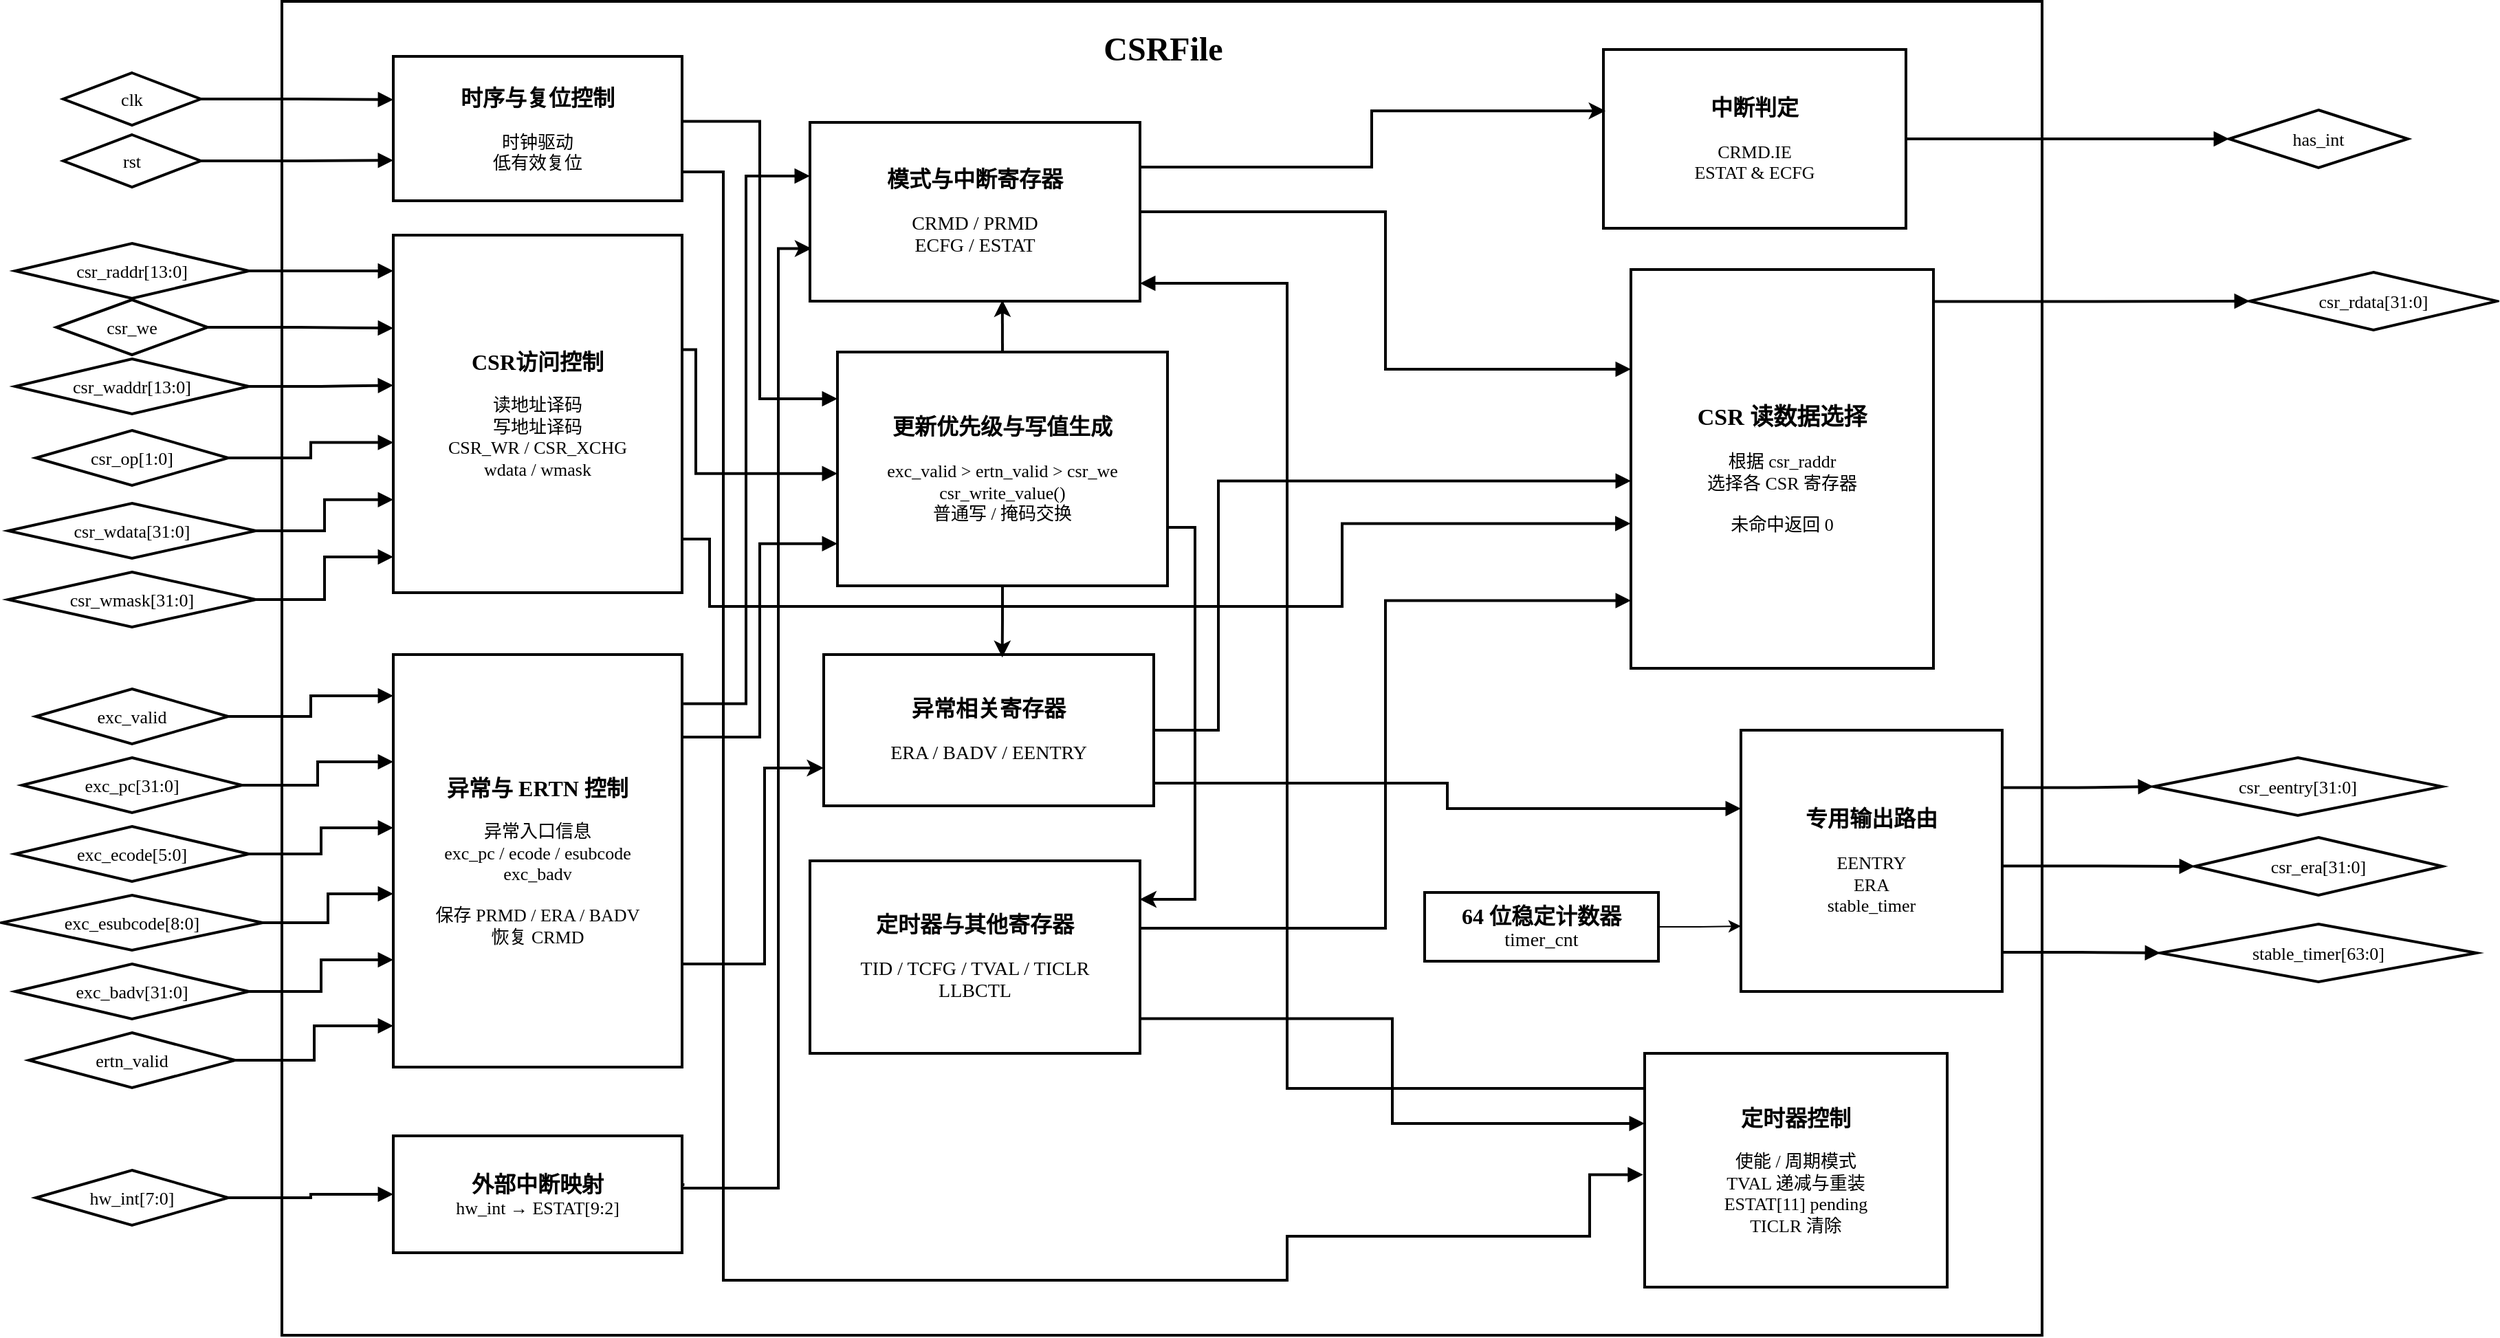
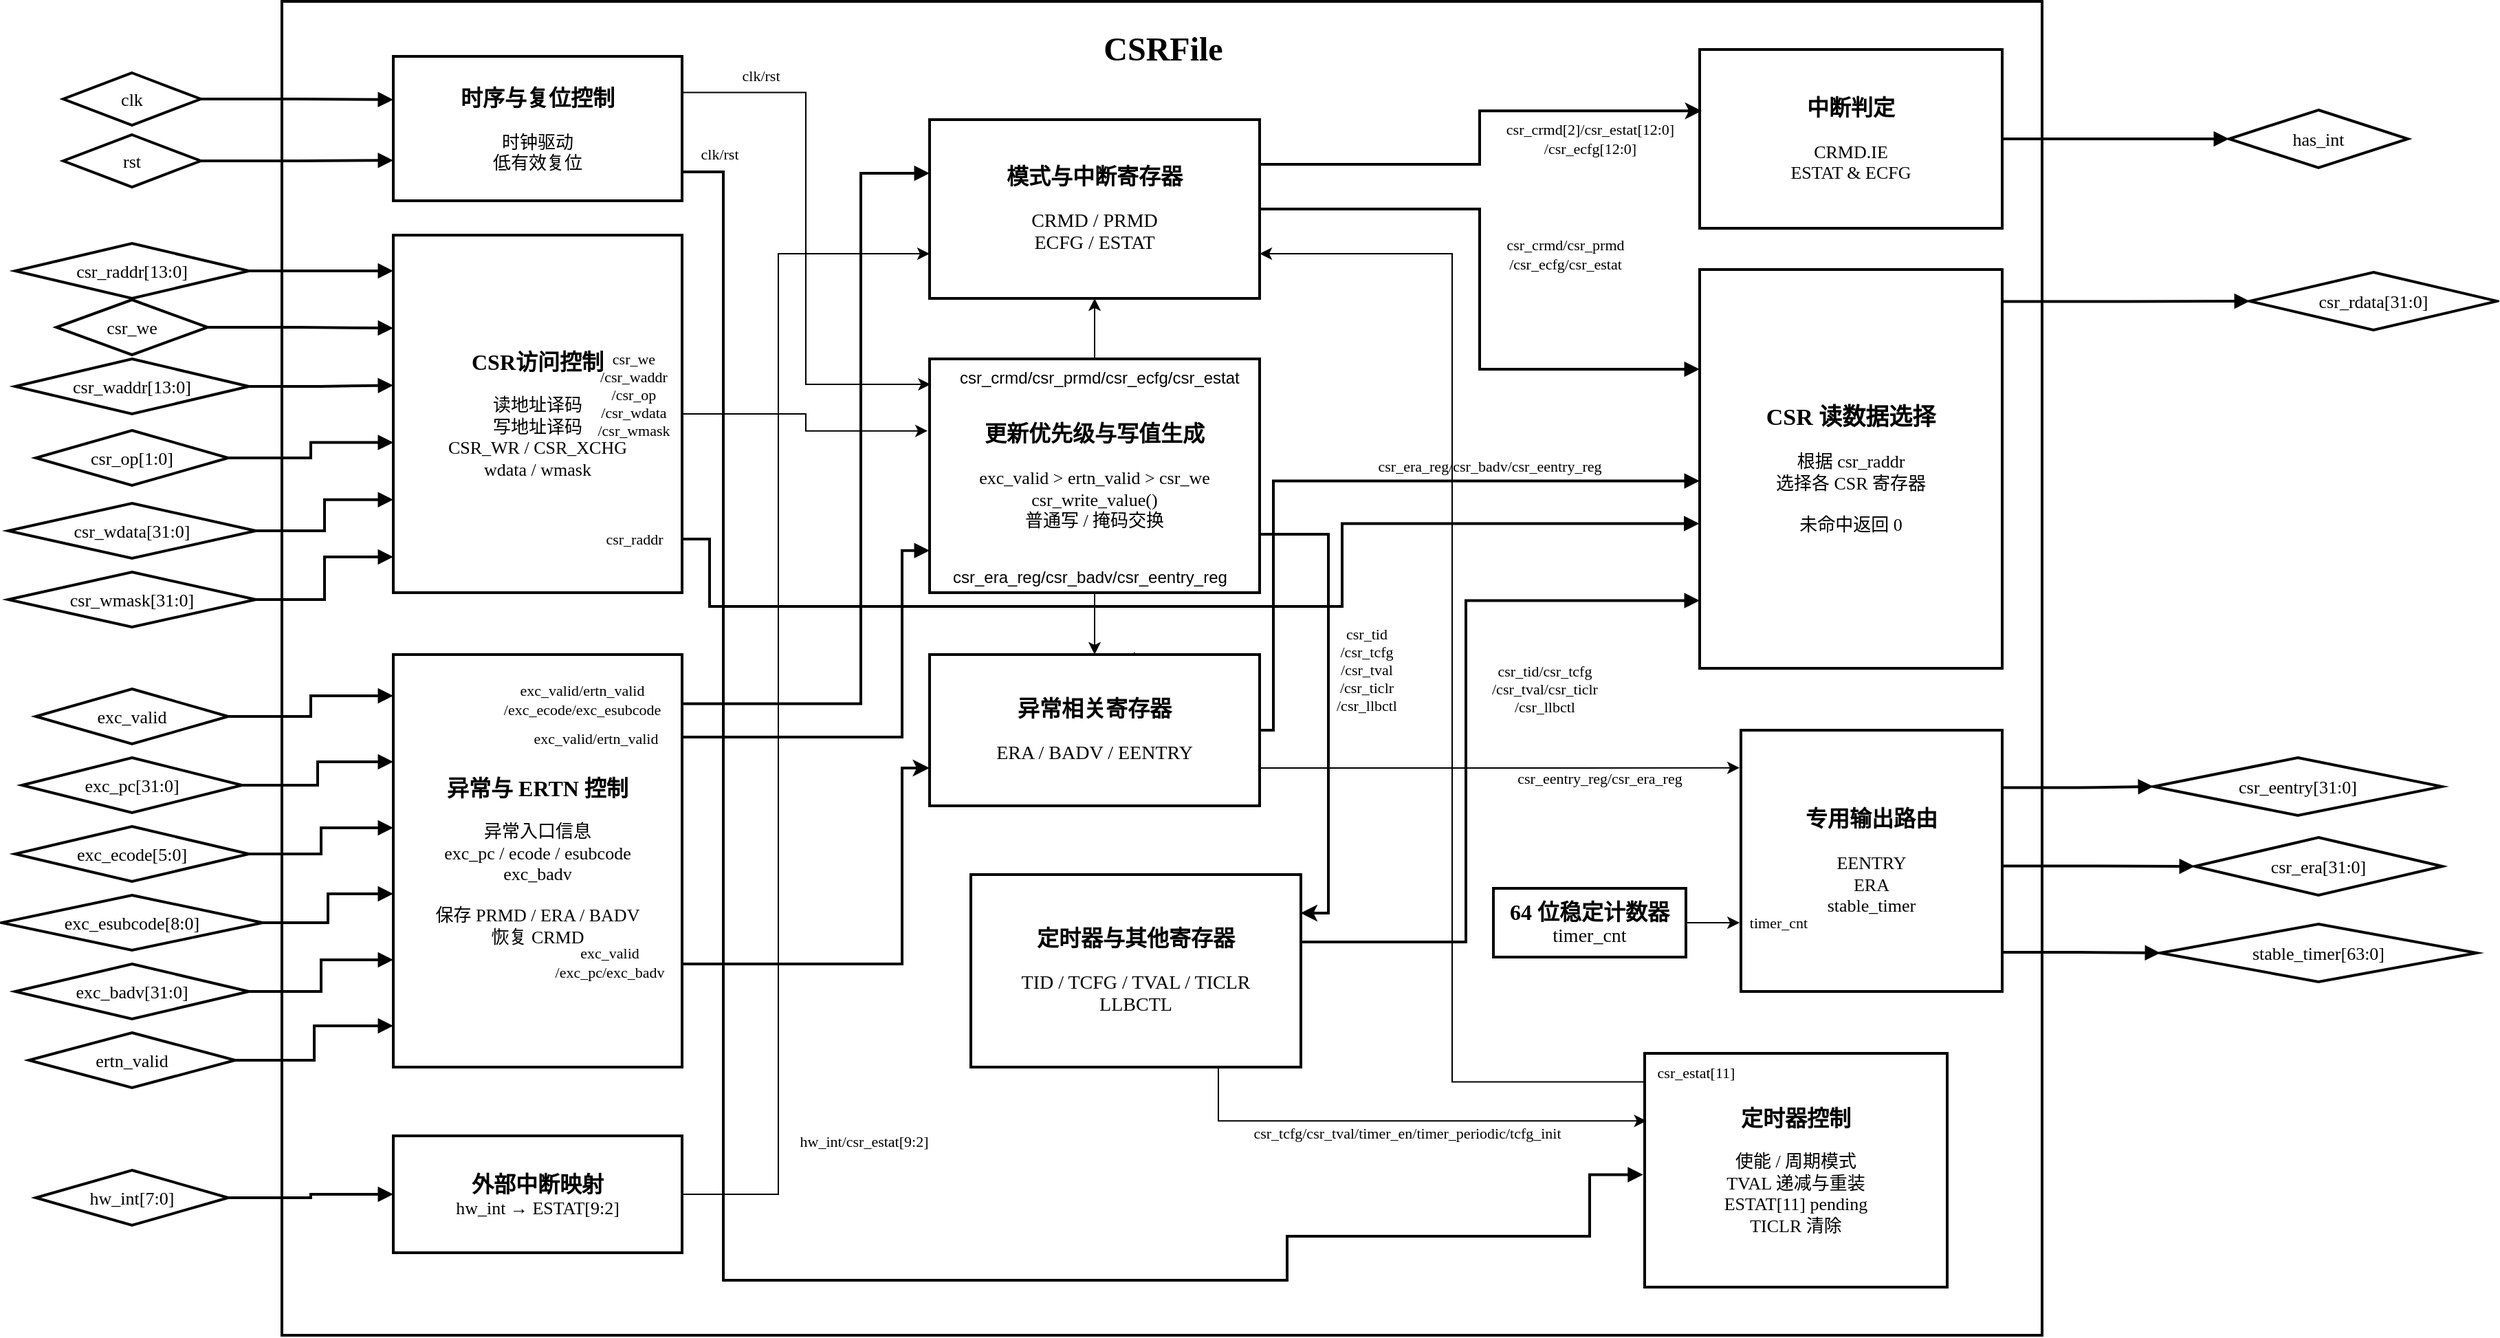
<mxfile host="Electron" agent="ChatGPT">
  <diagram id="csrfile-diagram" name="CSRFile结构图">
    <mxGraphModel dx="2054" dy="1202" grid="1" gridSize="10" guides="1" tooltips="1" connect="1" arrows="1" fold="1" page="1" pageScale="1" pageWidth="1760" pageHeight="1080" math="0" shadow="0">
      <root>
        <mxCell id="0" />
        <mxCell id="1" parent="0" />
-         <mxCell id="outer" parent="1" style="rounded=0;whiteSpace=wrap;html=1;fillColor=none;strokeColor=#000000;strokeWidth=2;" value="" vertex="1">
+         <mxCell id="outer" parent="1" style="rounded=0;whiteSpace=wrap;html=1;fillColor=none;strokeColor=#000000;strokeWidth=2;" value="&#xa;timer_cnt&#xa;&#xa;" vertex="1">
          <mxGeometry height="970" width="1280" x="249" y="40" as="geometry" />
        </mxCell>
        <mxCell id="title" parent="1" style="text;html=1;whiteSpace=wrap;strokeColor=none;fillColor=none;align=center;verticalAlign=middle;fontFamily=Microsoft YaHei;strokeWidth=2;" value="&lt;font style=&quot;font-size:24px;&quot;&gt;&lt;b&gt;CSRFile&lt;/b&gt;&lt;/font&gt;" vertex="1">
          <mxGeometry height="40" width="200" x="790" y="55" as="geometry" />
        </mxCell>
        <mxCell id="in_clk" parent="1" style="shape=rhombus;perimeter=rhombusPerimeter;whiteSpace=wrap;html=1;fillColor=#ffffff;strokeColor=#000000;strokeWidth=2;fontSize=13;fontFamily=Comic Sans MS;align=center;verticalAlign=middle;spacing=0;" value="clk" vertex="1">
          <mxGeometry height="38" width="100" x="90" y="92" as="geometry" />
        </mxCell>
        <mxCell id="in_rst" parent="1" style="shape=rhombus;perimeter=rhombusPerimeter;whiteSpace=wrap;html=1;fillColor=#ffffff;strokeColor=#000000;strokeWidth=2;fontSize=13;fontFamily=Comic Sans MS;align=center;verticalAlign=middle;spacing=0;" value="rst" vertex="1">
          <mxGeometry height="38" width="100" x="90" y="137" as="geometry" />
        </mxCell>
        <mxCell id="in_csr_raddr" parent="1" style="shape=rhombus;perimeter=rhombusPerimeter;whiteSpace=wrap;html=1;fillColor=#ffffff;strokeColor=#000000;strokeWidth=2;fontSize=13;fontFamily=Comic Sans MS;align=center;verticalAlign=middle;spacing=0;" value="csr_raddr[13:0]" vertex="1">
          <mxGeometry height="40" width="170" x="55" y="216" as="geometry" />
        </mxCell>
        <mxCell id="in_csr_we" parent="1" style="shape=rhombus;perimeter=rhombusPerimeter;whiteSpace=wrap;html=1;fillColor=#ffffff;strokeColor=#000000;strokeWidth=2;fontSize=13;fontFamily=Comic Sans MS;align=center;verticalAlign=middle;spacing=0;" value="csr_we" vertex="1">
          <mxGeometry height="40" width="110" x="85" y="257" as="geometry" />
        </mxCell>
        <mxCell id="in_csr_waddr" parent="1" style="shape=rhombus;perimeter=rhombusPerimeter;whiteSpace=wrap;html=1;fillColor=#ffffff;strokeColor=#000000;strokeWidth=2;fontSize=13;fontFamily=Comic Sans MS;align=center;verticalAlign=middle;spacing=0;" value="csr_waddr[13:0]" vertex="1">
          <mxGeometry height="40" width="170" x="55" y="300" as="geometry" />
        </mxCell>
        <mxCell id="in_csr_op" parent="1" style="shape=rhombus;perimeter=rhombusPerimeter;whiteSpace=wrap;html=1;fillColor=#ffffff;strokeColor=#000000;strokeWidth=2;fontSize=13;fontFamily=Comic Sans MS;align=center;verticalAlign=middle;spacing=0;" value="csr_op[1:0]" vertex="1">
          <mxGeometry height="40" width="140" x="70" y="352" as="geometry" />
        </mxCell>
        <mxCell id="in_csr_wdata" parent="1" style="shape=rhombus;perimeter=rhombusPerimeter;whiteSpace=wrap;html=1;fillColor=#ffffff;strokeColor=#000000;strokeWidth=2;fontSize=13;fontFamily=Comic Sans MS;align=center;verticalAlign=middle;spacing=0;" value="csr_wdata[31:0]" vertex="1">
          <mxGeometry height="40" width="180" x="50" y="405" as="geometry" />
        </mxCell>
        <mxCell id="in_csr_wmask" parent="1" style="shape=rhombus;perimeter=rhombusPerimeter;whiteSpace=wrap;html=1;fillColor=#ffffff;strokeColor=#000000;strokeWidth=2;fontSize=13;fontFamily=Comic Sans MS;align=center;verticalAlign=middle;spacing=0;" value="csr_wmask[31:0]" vertex="1">
          <mxGeometry height="40" width="180" x="50" y="455" as="geometry" />
        </mxCell>
        <mxCell id="in_exc_valid" parent="1" style="shape=rhombus;perimeter=rhombusPerimeter;whiteSpace=wrap;html=1;fillColor=#ffffff;strokeColor=#000000;strokeWidth=2;fontSize=13;fontFamily=Comic Sans MS;align=center;verticalAlign=middle;spacing=0;" value="exc_valid" vertex="1">
          <mxGeometry height="40" width="140" x="70" y="540" as="geometry" />
        </mxCell>
        <mxCell id="in_exc_pc" parent="1" style="shape=rhombus;perimeter=rhombusPerimeter;whiteSpace=wrap;html=1;fillColor=#ffffff;strokeColor=#000000;strokeWidth=2;fontSize=13;fontFamily=Comic Sans MS;align=center;verticalAlign=middle;spacing=0;" value="exc_pc[31:0]" vertex="1">
          <mxGeometry height="40" width="160" x="60" y="590" as="geometry" />
        </mxCell>
        <mxCell id="in_exc_ecode" parent="1" style="shape=rhombus;perimeter=rhombusPerimeter;whiteSpace=wrap;html=1;fillColor=#ffffff;strokeColor=#000000;strokeWidth=2;fontSize=13;fontFamily=Comic Sans MS;align=center;verticalAlign=middle;spacing=0;" value="exc_ecode[5:0]" vertex="1">
          <mxGeometry height="40" width="170" x="55" y="640" as="geometry" />
        </mxCell>
        <mxCell id="in_exc_esub" parent="1" style="shape=rhombus;perimeter=rhombusPerimeter;whiteSpace=wrap;html=1;fillColor=#ffffff;strokeColor=#000000;strokeWidth=2;fontSize=13;fontFamily=Comic Sans MS;align=center;verticalAlign=middle;spacing=0;" value="exc_esubcode[8:0]" vertex="1">
          <mxGeometry height="40" width="190" x="45" y="690" as="geometry" />
        </mxCell>
        <mxCell id="in_exc_badv" parent="1" style="shape=rhombus;perimeter=rhombusPerimeter;whiteSpace=wrap;html=1;fillColor=#ffffff;strokeColor=#000000;strokeWidth=2;fontSize=13;fontFamily=Comic Sans MS;align=center;verticalAlign=middle;spacing=0;" value="exc_badv[31:0]" vertex="1">
          <mxGeometry height="40" width="170" x="55" y="740" as="geometry" />
        </mxCell>
        <mxCell id="in_ertn_valid" parent="1" style="shape=rhombus;perimeter=rhombusPerimeter;whiteSpace=wrap;html=1;fillColor=#ffffff;strokeColor=#000000;strokeWidth=2;fontSize=13;fontFamily=Comic Sans MS;align=center;verticalAlign=middle;spacing=0;" value="ertn_valid" vertex="1">
          <mxGeometry height="40" width="150" x="65" y="790" as="geometry" />
        </mxCell>
        <mxCell id="in_hw_int" parent="1" style="shape=rhombus;perimeter=rhombusPerimeter;whiteSpace=wrap;html=1;fillColor=#ffffff;strokeColor=#000000;strokeWidth=2;fontSize=13;fontFamily=Comic Sans MS;align=center;verticalAlign=middle;spacing=0;" value="hw_int[7:0]" vertex="1">
          <mxGeometry height="40" width="140" x="70" y="890" as="geometry" />
        </mxCell>
        <mxCell id="seq" parent="1" style="rounded=0;whiteSpace=wrap;html=1;fillColor=#ffffff;strokeColor=#000000;strokeWidth=2;align=center;verticalAlign=middle;fontFamily=Microsoft YaHei;" value="&lt;font style=&quot;font-size:16px;&quot;&gt;&lt;b&gt;时序与复位控制&lt;/b&gt;&lt;/font&gt;&lt;br&gt;&lt;br&gt;&lt;font style=&quot;font-size:13px;&quot;&gt;时钟驱动&lt;/font&gt;&lt;br&gt;&lt;font style=&quot;font-size:13px;&quot;&gt;低有效复位&lt;/font&gt;" vertex="1">
          <mxGeometry height="105" width="210" x="330" y="80" as="geometry" />
        </mxCell>
        <mxCell id="access" parent="1" style="rounded=0;whiteSpace=wrap;html=1;fillColor=#ffffff;strokeColor=#000000;strokeWidth=2;align=center;verticalAlign=middle;fontFamily=Microsoft YaHei;" value="&lt;font style=&quot;font-size:16px;&quot;&gt;&lt;b&gt;CSR访问控制&lt;/b&gt;&lt;/font&gt;&lt;br&gt;&lt;br&gt;&lt;font style=&quot;font-size:13px;&quot;&gt;读地址译码&lt;/font&gt;&lt;br&gt;&lt;font style=&quot;font-size:13px;&quot;&gt;写地址译码&lt;/font&gt;&lt;br&gt;&lt;font style=&quot;font-size:13px;&quot;&gt;CSR_WR / CSR_XCHG&lt;/font&gt;&lt;br&gt;&lt;font style=&quot;font-size:13px;&quot;&gt;wdata / wmask&lt;/font&gt;" vertex="1">
          <mxGeometry height="260" width="210" x="330" y="210" as="geometry" />
        </mxCell>
        <mxCell id="BQqD1Pvpuo5U_RAumini-8" edge="1" parent="1" source="excctrl" style="edgeStyle=orthogonalEdgeStyle;rounded=0;orthogonalLoop=1;jettySize=auto;html=1;exitX=1;exitY=0.75;exitDx=0;exitDy=0;entryX=0;entryY=0.75;entryDx=0;entryDy=0;strokeWidth=2;" target="excreg">
          <mxGeometry relative="1" as="geometry">
            <Array as="points">
-               <mxPoint x="600" y="740" />
-               <mxPoint x="600" y="598" />
+               <mxPoint x="700" y="740" />
+               <mxPoint x="700" y="598" />
            </Array>
          </mxGeometry>
        </mxCell>
        <mxCell id="excctrl" parent="1" style="rounded=0;whiteSpace=wrap;html=1;fillColor=#ffffff;strokeColor=#000000;strokeWidth=2;align=center;verticalAlign=middle;fontFamily=Microsoft YaHei;" value="&lt;font style=&quot;font-size:16px;&quot;&gt;&lt;b&gt;异常与 ERTN 控制&lt;/b&gt;&lt;/font&gt;&lt;br&gt;&lt;br&gt;&lt;font style=&quot;font-size:13px;&quot;&gt;异常入口信息&lt;/font&gt;&lt;br&gt;&lt;font style=&quot;font-size:13px;&quot;&gt;exc_pc / ecode / esubcode&lt;/font&gt;&lt;br&gt;&lt;font style=&quot;font-size:13px;&quot;&gt;exc_badv&lt;/font&gt;&lt;br&gt;&lt;br&gt;&lt;font style=&quot;font-size:13px;&quot;&gt;保存 PRMD / ERA / BADV&lt;/font&gt;&lt;br&gt;&lt;font style=&quot;font-size:13px;&quot;&gt;恢复 CRMD&lt;/font&gt;" vertex="1">
          <mxGeometry height="300" width="210" x="330" y="515" as="geometry" />
        </mxCell>
-         <mxCell id="BQqD1Pvpuo5U_RAumini-7" edge="1" parent="1" source="intmap" style="edgeStyle=orthogonalEdgeStyle;rounded=0;orthogonalLoop=1;jettySize=auto;html=1;exitX=1.008;exitY=0.418;exitDx=0;exitDy=0;entryX=0.005;entryY=0.706;entryDx=0;entryDy=0;exitPerimeter=0;entryPerimeter=0;strokeWidth=2;" target="mode">
-           <mxGeometry relative="1" as="geometry">
-             <Array as="points">
-               <mxPoint x="540" y="901" />
-               <mxPoint x="540" y="903" />
-               <mxPoint x="610" y="903" />
-               <mxPoint x="610" y="220" />
-             </Array>
-             <mxPoint x="460" y="864.5" as="sourcePoint" />
-             <mxPoint x="610" y="215" as="targetPoint" />
+         <mxCell id="UVyA32G6W0s-GStL9DVk-29" edge="1" parent="1" source="intmap" style="edgeStyle=orthogonalEdgeStyle;rounded=0;orthogonalLoop=1;jettySize=auto;html=1;exitX=1;exitY=0.5;exitDx=0;exitDy=0;entryX=0;entryY=0.75;entryDx=0;entryDy=0;" target="mode">
+           <mxGeometry relative="1" as="geometry">
+             <Array as="points">
+               <mxPoint x="610" y="908" />
+               <mxPoint x="610" y="224" />
+             </Array>
          </mxGeometry>
        </mxCell>
        <mxCell id="intmap" parent="1" style="rounded=0;whiteSpace=wrap;html=1;fillColor=#ffffff;strokeColor=#000000;strokeWidth=2;align=center;verticalAlign=middle;fontFamily=Microsoft YaHei;" value="&lt;font style=&quot;font-size:16px;&quot;&gt;&lt;b&gt;外部中断映射&lt;/b&gt;&lt;/font&gt;&lt;br&gt;&lt;font style=&quot;font-size:13px;&quot;&gt;hw_int → ESTAT[9:2]&lt;/font&gt;" vertex="1">
          <mxGeometry height="85" width="210" x="330" y="865" as="geometry" />
        </mxCell>
+         <mxCell id="UVyA32G6W0s-GStL9DVk-9" edge="1" parent="1" source="update" style="edgeStyle=orthogonalEdgeStyle;rounded=0;orthogonalLoop=1;jettySize=auto;html=1;exitX=0.5;exitY=0;exitDx=0;exitDy=0;entryX=0.5;entryY=1;entryDx=0;entryDy=0;" target="mode">
+           <mxGeometry relative="1" as="geometry" />
+         </mxCell>
+         <mxCell id="UVyA32G6W0s-GStL9DVk-10" edge="1" parent="1" source="update" style="edgeStyle=orthogonalEdgeStyle;rounded=0;orthogonalLoop=1;jettySize=auto;html=1;exitX=0.5;exitY=1;exitDx=0;exitDy=0;entryX=0.5;entryY=0;entryDx=0;entryDy=0;" target="excreg">
+           <mxGeometry relative="1" as="geometry" />
+         </mxCell>
        <mxCell id="update" parent="1" style="rounded=0;whiteSpace=wrap;html=1;fillColor=#ffffff;strokeColor=#000000;strokeWidth=2;align=center;verticalAlign=middle;fontFamily=Microsoft YaHei;" value="&lt;font style=&quot;font-size:16px;&quot;&gt;&lt;b&gt;更新优先级与写值生成&lt;/b&gt;&lt;/font&gt;&lt;br&gt;&lt;br&gt;&lt;font style=&quot;font-size:13px;&quot;&gt;exc_valid &amp;gt; ertn_valid &amp;gt; csr_we&lt;/font&gt;&lt;br&gt;&lt;font style=&quot;font-size:13px;&quot;&gt;csr_write_value()&lt;/font&gt;&lt;br&gt;&lt;font style=&quot;font-size:13px;&quot;&gt;普通写 / 掩码交换&lt;/font&gt;" vertex="1">
-           <mxGeometry height="170" width="240" x="653" y="295" as="geometry" />
+           <mxGeometry height="170" width="240" x="720" y="300" as="geometry" />
        </mxCell>
        <mxCell id="mode" parent="1" style="rounded=0;whiteSpace=wrap;html=1;fillColor=#ffffff;strokeColor=#000000;strokeWidth=2;align=center;verticalAlign=middle;fontFamily=Microsoft YaHei;" value="&lt;font style=&quot;font-size:16px;&quot;&gt;&lt;b&gt;模式与中断寄存器&lt;/b&gt;&lt;/font&gt;&lt;br&gt;&lt;br&gt;&lt;font style=&quot;font-size:14px;&quot;&gt;CRMD / PRMD&lt;/font&gt;&lt;br&gt;&lt;font style=&quot;font-size:14px;&quot;&gt;ECFG / ESTAT&lt;/font&gt;" vertex="1">
-           <mxGeometry height="130" width="240" x="633" y="128" as="geometry" />
+           <mxGeometry height="130" width="240" x="720" y="126" as="geometry" />
        </mxCell>
        <mxCell id="excreg" parent="1" style="rounded=0;whiteSpace=wrap;html=1;fillColor=#ffffff;strokeColor=#000000;strokeWidth=2;align=center;verticalAlign=middle;fontFamily=Microsoft YaHei;" value="&lt;font style=&quot;font-size:16px;&quot;&gt;&lt;b&gt;异常相关寄存器&lt;/b&gt;&lt;/font&gt;&lt;br&gt;&lt;br&gt;&lt;font style=&quot;font-size:14px;&quot;&gt;ERA / BADV / EENTRY&lt;/font&gt;" vertex="1">
-           <mxGeometry height="110" width="240" x="643" y="515" as="geometry" />
+           <mxGeometry height="110" width="240" x="720" y="515" as="geometry" />
        </mxCell>
        <mxCell id="timerregs" parent="1" style="rounded=0;whiteSpace=wrap;html=1;fillColor=#ffffff;strokeColor=#000000;strokeWidth=2;align=center;verticalAlign=middle;fontFamily=Microsoft YaHei;" value="&lt;font style=&quot;font-size:16px;&quot;&gt;&lt;b&gt;定时器与其他寄存器&lt;/b&gt;&lt;/font&gt;&lt;br&gt;&lt;br&gt;&lt;font style=&quot;font-size:14px;&quot;&gt;TID / TCFG / TVAL / TICLR&lt;/font&gt;&lt;br&gt;&lt;font style=&quot;font-size:14px;&quot;&gt;LLBCTL&lt;/font&gt;" vertex="1">
-           <mxGeometry height="140" width="240" x="633" y="665" as="geometry" />
-         </mxCell>
-         <mxCell id="BQqD1Pvpuo5U_RAumini-12" edge="1" parent="1" source="counter" style="edgeStyle=orthogonalEdgeStyle;rounded=0;orthogonalLoop=1;jettySize=auto;html=1;exitX=1;exitY=0.5;exitDx=0;exitDy=0;entryX=0;entryY=0.75;entryDx=0;entryDy=0;" target="outroute">
-           <mxGeometry relative="1" as="geometry" />
+           <mxGeometry height="140" width="240" x="750" y="675" as="geometry" />
        </mxCell>
        <mxCell id="counter" parent="1" style="rounded=0;whiteSpace=wrap;html=1;fillColor=#ffffff;strokeColor=#000000;strokeWidth=2;align=center;verticalAlign=middle;fontFamily=Microsoft YaHei;" value="&lt;font style=&quot;font-size:16px;&quot;&gt;&lt;b&gt;64 位稳定计数器&lt;/b&gt;&lt;/font&gt;&lt;br&gt;&lt;font style=&quot;font-size:14px;&quot;&gt;timer_cnt&lt;/font&gt;" vertex="1">
-           <mxGeometry height="50" width="170" x="1080" y="688" as="geometry" />
+           <mxGeometry height="50" width="140" x="1130" y="685" as="geometry" />
        </mxCell>
        <mxCell id="intdetect" parent="1" style="rounded=0;whiteSpace=wrap;html=1;fillColor=#ffffff;strokeColor=#000000;strokeWidth=2;align=center;verticalAlign=middle;fontFamily=Microsoft YaHei;" value="&lt;font style=&quot;font-size:16px;&quot;&gt;&lt;b&gt;中断判定&lt;/b&gt;&lt;/font&gt;&lt;br&gt;&lt;br&gt;&lt;font style=&quot;font-size:13px;&quot;&gt;CRMD.IE&lt;/font&gt;&lt;br&gt;&lt;font style=&quot;font-size:13px;&quot;&gt;ESTAT &amp;amp; ECFG&lt;/font&gt;" vertex="1">
-           <mxGeometry height="130" width="220" x="1210" y="75" as="geometry" />
+           <mxGeometry height="130" width="220" x="1280" y="75" as="geometry" />
        </mxCell>
        <mxCell id="readmux" parent="1" style="rounded=0;whiteSpace=wrap;html=1;fillColor=#ffffff;strokeColor=#000000;strokeWidth=2;align=center;verticalAlign=middle;fontFamily=Microsoft YaHei;" value="&lt;font style=&quot;font-size:17px;&quot;&gt;&lt;b&gt;CSR 读数据选择&lt;/b&gt;&lt;/font&gt;&lt;br&gt;&lt;br&gt;&lt;font style=&quot;font-size:13px;&quot;&gt;根据 csr_raddr&lt;/font&gt;&lt;br&gt;&lt;font style=&quot;font-size:13px;&quot;&gt;选择各 CSR 寄存器&lt;/font&gt;&lt;br&gt;&lt;br&gt;&lt;font style=&quot;font-size:13px;&quot;&gt;未命中返回 0&lt;/font&gt;" vertex="1">
-           <mxGeometry height="290" width="220" x="1230" y="235" as="geometry" />
+           <mxGeometry height="290" width="220" x="1280" y="235" as="geometry" />
        </mxCell>
        <mxCell id="timerctrl" parent="1" style="rounded=0;whiteSpace=wrap;html=1;fillColor=#ffffff;strokeColor=#000000;strokeWidth=2;align=center;verticalAlign=middle;fontFamily=Microsoft YaHei;" value="&lt;font style=&quot;font-size:16px;&quot;&gt;&lt;b&gt;定时器控制&lt;/b&gt;&lt;/font&gt;&lt;br&gt;&lt;br&gt;&lt;font style=&quot;font-size:13px;&quot;&gt;使能 / 周期模式&lt;/font&gt;&lt;br&gt;&lt;font style=&quot;font-size:13px;&quot;&gt;TVAL 递减与重装&lt;/font&gt;&lt;br&gt;&lt;font style=&quot;font-size:13px;&quot;&gt;ESTAT[11] pending&lt;/font&gt;&lt;br&gt;&lt;font style=&quot;font-size:13px;&quot;&gt;TICLR 清除&lt;/font&gt;" vertex="1">
          <mxGeometry height="170" width="220" x="1240" y="805" as="geometry" />
        </mxCell>
        <mxCell id="outroute" parent="1" style="rounded=0;whiteSpace=wrap;html=1;fillColor=#ffffff;strokeColor=#000000;strokeWidth=2;align=center;verticalAlign=middle;fontFamily=Microsoft YaHei;" value="&lt;font style=&quot;font-size:16px;&quot;&gt;&lt;b&gt;专用输出路由&lt;/b&gt;&lt;/font&gt;&lt;br&gt;&lt;br&gt;&lt;font style=&quot;font-size:13px;&quot;&gt;EENTRY&lt;/font&gt;&lt;br&gt;&lt;font style=&quot;font-size:13px;&quot;&gt;ERA&lt;/font&gt;&lt;br&gt;&lt;font style=&quot;font-size:13px;&quot;&gt;stable_timer&lt;/font&gt;" vertex="1">
          <mxGeometry height="190" width="190" x="1310" y="570" as="geometry" />
        </mxCell>
        <mxCell id="out_rdata" parent="1" style="shape=rhombus;perimeter=rhombusPerimeter;whiteSpace=wrap;html=1;fillColor=#ffffff;strokeColor=#000000;strokeWidth=2;fontSize=13;fontFamily=Comic Sans MS;align=center;verticalAlign=middle;spacing=0;" value="csr_rdata[31:0]" vertex="1">
          <mxGeometry height="42" width="180" x="1680" y="237" as="geometry" />
        </mxCell>
        <mxCell id="out_hasint" parent="1" style="shape=rhombus;perimeter=rhombusPerimeter;whiteSpace=wrap;html=1;fillColor=#ffffff;strokeColor=#000000;strokeWidth=2;fontSize=13;fontFamily=Comic Sans MS;align=center;verticalAlign=middle;spacing=0;" value="has_int" vertex="1">
          <mxGeometry height="42" width="130" x="1665" y="119" as="geometry" />
        </mxCell>
        <mxCell id="out_eentry" parent="1" style="shape=rhombus;perimeter=rhombusPerimeter;whiteSpace=wrap;html=1;fillColor=#ffffff;strokeColor=#000000;strokeWidth=2;fontSize=13;fontFamily=Comic Sans MS;align=center;verticalAlign=middle;spacing=0;" value="csr_eentry[31:0]" vertex="1">
          <mxGeometry height="42" width="210" x="1610" y="590" as="geometry" />
        </mxCell>
        <mxCell id="out_era" parent="1" style="shape=rhombus;perimeter=rhombusPerimeter;whiteSpace=wrap;html=1;fillColor=#ffffff;strokeColor=#000000;strokeWidth=2;fontSize=13;fontFamily=Comic Sans MS;align=center;verticalAlign=middle;spacing=0;" value="csr_era[31:0]" vertex="1">
          <mxGeometry height="42" width="180" x="1640" y="648" as="geometry" />
        </mxCell>
        <mxCell id="out_stable" parent="1" style="shape=rhombus;perimeter=rhombusPerimeter;whiteSpace=wrap;html=1;fillColor=#ffffff;strokeColor=#000000;strokeWidth=2;fontSize=13;fontFamily=Comic Sans MS;align=center;verticalAlign=middle;spacing=0;" value="stable_timer[63:0]" vertex="1">
          <mxGeometry height="42" width="230" x="1615" y="711" as="geometry" />
        </mxCell>
        <mxCell id="e_in_clk" edge="1" parent="1" source="in_clk" style="edgeStyle=orthogonalEdgeStyle;rounded=0;orthogonalLoop=1;jettySize=auto;html=1;endArrow=block;endFill=1;strokeWidth=2;exitX=1;exitY=0.5;entryX=0;entryY=0.3;" target="seq" value="">
          <mxGeometry relative="1" as="geometry" />
        </mxCell>
        <mxCell id="e_in_rst" edge="1" parent="1" source="in_rst" style="edgeStyle=orthogonalEdgeStyle;rounded=0;orthogonalLoop=1;jettySize=auto;html=1;endArrow=block;endFill=1;strokeWidth=2;exitX=1;exitY=0.5;entryX=0;entryY=0.72;" target="seq" value="">
          <mxGeometry relative="1" as="geometry" />
        </mxCell>
        <mxCell id="e_in_csr_raddr" edge="1" parent="1" source="in_csr_raddr" style="edgeStyle=orthogonalEdgeStyle;rounded=0;orthogonalLoop=1;jettySize=auto;html=1;endArrow=block;endFill=1;strokeWidth=2;exitX=1;exitY=0.5;entryX=0;entryY=0.1;" target="access" value="">
          <mxGeometry relative="1" as="geometry" />
        </mxCell>
        <mxCell id="e_in_csr_we" edge="1" parent="1" source="in_csr_we" style="edgeStyle=orthogonalEdgeStyle;rounded=0;orthogonalLoop=1;jettySize=auto;html=1;endArrow=block;endFill=1;strokeWidth=2;exitX=1;exitY=0.5;entryX=0;entryY=0.26;" target="access" value="">
          <mxGeometry relative="1" as="geometry" />
        </mxCell>
        <mxCell id="e_in_csr_waddr" edge="1" parent="1" source="in_csr_waddr" style="edgeStyle=orthogonalEdgeStyle;rounded=0;orthogonalLoop=1;jettySize=auto;html=1;endArrow=block;endFill=1;strokeWidth=2;exitX=1;exitY=0.5;entryX=0;entryY=0.42000000000000004;" target="access" value="">
          <mxGeometry relative="1" as="geometry" />
        </mxCell>
        <mxCell id="e_in_csr_op" edge="1" parent="1" source="in_csr_op" style="edgeStyle=orthogonalEdgeStyle;rounded=0;orthogonalLoop=1;jettySize=auto;html=1;endArrow=block;endFill=1;strokeWidth=2;exitX=1;exitY=0.5;entryX=0;entryY=0.58;" target="access" value="">
          <mxGeometry relative="1" as="geometry" />
        </mxCell>
        <mxCell id="e_in_csr_wdata" edge="1" parent="1" source="in_csr_wdata" style="edgeStyle=orthogonalEdgeStyle;rounded=0;orthogonalLoop=1;jettySize=auto;html=1;endArrow=block;endFill=1;strokeWidth=2;exitX=1;exitY=0.5;entryX=0;entryY=0.74;" target="access" value="">
          <mxGeometry relative="1" as="geometry" />
        </mxCell>
        <mxCell id="e_in_csr_wmask" edge="1" parent="1" source="in_csr_wmask" style="edgeStyle=orthogonalEdgeStyle;rounded=0;orthogonalLoop=1;jettySize=auto;html=1;endArrow=block;endFill=1;strokeWidth=2;exitX=1;exitY=0.5;entryX=0;entryY=0.9;" target="access" value="">
          <mxGeometry relative="1" as="geometry" />
        </mxCell>
        <mxCell id="e_in_exc_valid" edge="1" parent="1" source="in_exc_valid" style="edgeStyle=orthogonalEdgeStyle;rounded=0;orthogonalLoop=1;jettySize=auto;html=1;endArrow=block;endFill=1;strokeWidth=2;exitX=1;exitY=0.5;entryX=0;entryY=0.1;" target="excctrl" value="">
          <mxGeometry relative="1" as="geometry" />
        </mxCell>
        <mxCell id="e_in_exc_pc" edge="1" parent="1" source="in_exc_pc" style="edgeStyle=orthogonalEdgeStyle;rounded=0;orthogonalLoop=1;jettySize=auto;html=1;endArrow=block;endFill=1;strokeWidth=2;exitX=1;exitY=0.5;entryX=0;entryY=0.26;" target="excctrl" value="">
          <mxGeometry relative="1" as="geometry" />
        </mxCell>
        <mxCell id="e_in_exc_ecode" edge="1" parent="1" source="in_exc_ecode" style="edgeStyle=orthogonalEdgeStyle;rounded=0;orthogonalLoop=1;jettySize=auto;html=1;endArrow=block;endFill=1;strokeWidth=2;exitX=1;exitY=0.5;entryX=0;entryY=0.42000000000000004;" target="excctrl" value="">
          <mxGeometry relative="1" as="geometry" />
        </mxCell>
        <mxCell id="e_in_exc_esub" edge="1" parent="1" source="in_exc_esub" style="edgeStyle=orthogonalEdgeStyle;rounded=0;orthogonalLoop=1;jettySize=auto;html=1;endArrow=block;endFill=1;strokeWidth=2;exitX=1;exitY=0.5;entryX=0;entryY=0.58;" target="excctrl" value="">
          <mxGeometry relative="1" as="geometry" />
        </mxCell>
        <mxCell id="e_in_exc_badv" edge="1" parent="1" source="in_exc_badv" style="edgeStyle=orthogonalEdgeStyle;rounded=0;orthogonalLoop=1;jettySize=auto;html=1;endArrow=block;endFill=1;strokeWidth=2;exitX=1;exitY=0.5;entryX=0;entryY=0.74;" target="excctrl" value="">
          <mxGeometry relative="1" as="geometry" />
        </mxCell>
        <mxCell id="e_in_ertn_valid" edge="1" parent="1" source="in_ertn_valid" style="edgeStyle=orthogonalEdgeStyle;rounded=0;orthogonalLoop=1;jettySize=auto;html=1;endArrow=block;endFill=1;strokeWidth=2;exitX=1;exitY=0.5;entryX=0;entryY=0.9;" target="excctrl" value="">
          <mxGeometry relative="1" as="geometry" />
        </mxCell>
        <mxCell id="e_hw" edge="1" parent="1" source="in_hw_int" style="edgeStyle=orthogonalEdgeStyle;rounded=0;orthogonalLoop=1;jettySize=auto;html=1;endArrow=block;endFill=1;strokeWidth=2;exitX=1;exitY=0.5;entryX=0;entryY=0.5;" target="intmap" value="">
          <mxGeometry relative="1" as="geometry" />
        </mxCell>
-         <mxCell id="e_seq_update" edge="1" parent="1" source="seq" style="edgeStyle=orthogonalEdgeStyle;rounded=0;orthogonalLoop=1;jettySize=auto;html=1;endArrow=block;endFill=1;strokeWidth=2;exitX=1;exitY=0.45;entryX=0;entryY=0.20;" target="update" value="">
-           <mxGeometry relative="1" as="geometry" />
-         </mxCell>
-         <mxCell id="e_access_update" edge="1" parent="1" source="access" style="edgeStyle=orthogonalEdgeStyle;rounded=0;orthogonalLoop=1;jettySize=auto;html=1;endArrow=block;endFill=1;strokeWidth=2;exitX=1;exitY=0.32;entryX=0;entryY=0.52;" target="update" value="">
-           <mxGeometry relative="1" as="geometry">
-             <Array as="points">
-               <mxPoint x="550" y="293" />
-               <mxPoint x="550" y="383" />
-             </Array>
-           </mxGeometry>
-         </mxCell>
        <mxCell id="e_exc_update" edge="1" parent="1" source="excctrl" style="edgeStyle=orthogonalEdgeStyle;rounded=0;orthogonalLoop=1;jettySize=auto;html=1;endArrow=block;endFill=1;strokeWidth=2;exitX=1;exitY=0.20;entryX=0;entryY=0.82;" target="update" value="">
-           <mxGeometry relative="1" as="geometry" />
+           <mxGeometry relative="1" as="geometry">
+             <Array as="points">
+               <mxPoint x="700" y="575" />
+               <mxPoint x="700" y="439" />
+             </Array>
+           </mxGeometry>
        </mxCell>
        <mxCell id="e_access_read" edge="1" parent="1" source="access" style="edgeStyle=orthogonalEdgeStyle;rounded=0;orthogonalLoop=1;jettySize=auto;html=1;endArrow=block;endFill=1;strokeWidth=2;exitX=1;exitY=0.85;entryX=-0.001;entryY=0.637;entryDx=0;entryDy=0;entryPerimeter=0;" target="readmux" value="">
          <mxGeometry relative="1" as="geometry">
            <Array as="points">
              <mxPoint x="560" y="431" />
              <mxPoint x="560" y="480" />
              <mxPoint x="1020" y="480" />
              <mxPoint x="1020" y="420" />
            </Array>
          </mxGeometry>
        </mxCell>
        <mxCell id="e_exc_mode" edge="1" parent="1" source="excctrl" style="edgeStyle=orthogonalEdgeStyle;rounded=0;orthogonalLoop=1;jettySize=auto;html=1;endArrow=block;endFill=1;strokeWidth=2;entryX=0;entryY=0.30;exitX=1.005;exitY=0.119;exitDx=0;exitDy=0;exitPerimeter=0;" target="mode" value="">
          <mxGeometry relative="1" as="geometry">
+             <Array as="points">
+               <mxPoint x="670" y="551" />
+               <mxPoint x="670" y="165" />
+             </Array>
            <mxPoint x="540" y="680" as="sourcePoint" />
          </mxGeometry>
        </mxCell>
        <mxCell id="e_mode_read" edge="1" parent="1" source="mode" style="edgeStyle=orthogonalEdgeStyle;rounded=0;orthogonalLoop=1;jettySize=auto;html=1;endArrow=block;endFill=1;strokeWidth=2;exitX=1;exitY=0.50;entryX=0;entryY=0.25;" target="readmux" value="">
          <mxGeometry relative="1" as="geometry" />
        </mxCell>
        <mxCell id="e_exc_read" edge="1" parent="1" source="excreg" style="edgeStyle=orthogonalEdgeStyle;rounded=0;orthogonalLoop=1;jettySize=auto;html=1;endArrow=block;endFill=1;strokeWidth=2;exitX=1;exitY=0.50;entryX=0;entryY=0.53;" target="readmux" value="">
          <mxGeometry relative="1" as="geometry">
            <Array as="points">
-               <mxPoint x="930" y="570" />
-               <mxPoint x="930" y="389" />
+               <mxPoint x="970" y="570" />
+               <mxPoint x="970" y="389" />
            </Array>
          </mxGeometry>
        </mxCell>
        <mxCell id="e_timer_read" edge="1" parent="1" source="timerregs" style="edgeStyle=orthogonalEdgeStyle;rounded=0;orthogonalLoop=1;jettySize=auto;html=1;endArrow=block;endFill=1;strokeWidth=2;exitX=1;exitY=0.35;entryX=0;entryY=0.83;" target="readmux" value="">
-           <mxGeometry relative="1" as="geometry" />
+           <mxGeometry relative="1" as="geometry">
+             <Array as="points">
+               <mxPoint x="1110" y="724" />
+               <mxPoint x="1110" y="476" />
+             </Array>
+           </mxGeometry>
        </mxCell>
        <mxCell id="e_hasint" edge="1" parent="1" source="intdetect" style="edgeStyle=orthogonalEdgeStyle;rounded=0;orthogonalLoop=1;jettySize=auto;html=1;endArrow=block;endFill=1;strokeWidth=2;exitX=1;exitY=0.50;entryX=0;entryY=0.50;" target="out_hasint" value="">
          <mxGeometry relative="1" as="geometry" />
        </mxCell>
        <mxCell id="e_rdata" edge="1" parent="1" source="readmux" style="edgeStyle=orthogonalEdgeStyle;rounded=0;orthogonalLoop=1;jettySize=auto;html=1;endArrow=block;endFill=1;strokeWidth=2;exitX=1;exitY=0.08;entryX=0;entryY=0.50;" target="out_rdata" value="">
-           <mxGeometry relative="1" as="geometry" />
-         </mxCell>
-         <mxCell id="e_timerregs_ctrl" edge="1" parent="1" source="timerregs" style="edgeStyle=orthogonalEdgeStyle;rounded=0;orthogonalLoop=1;jettySize=auto;html=1;endArrow=block;endFill=1;strokeWidth=2;exitX=1;exitY=0.82;entryX=0;entryY=0.30;" target="timerctrl" value="">
          <mxGeometry relative="1" as="geometry" />
        </mxCell>
        <mxCell id="e_seq_timer" edge="1" parent="1" style="edgeStyle=orthogonalEdgeStyle;rounded=0;orthogonalLoop=1;jettySize=auto;html=1;endArrow=block;endFill=1;strokeWidth=2;exitX=1;exitY=0.80;entryX=-0.005;entryY=0.519;entryDx=0;entryDy=0;entryPerimeter=0;" target="timerctrl" value="">
          <mxGeometry relative="1" as="geometry">
            <Array as="points">
              <mxPoint x="570" y="164" />
              <mxPoint x="570" y="970" />
              <mxPoint x="980" y="970" />
              <mxPoint x="980" y="938" />
              <mxPoint x="1200" y="938" />
              <mxPoint x="1200" y="893" />
            </Array>
            <mxPoint x="540" y="164" as="sourcePoint" />
            <mxPoint x="1050" y="937.5999999999999" as="targetPoint" />
          </mxGeometry>
        </mxCell>
-         <mxCell id="e_timer_pending" edge="1" parent="1" source="timerctrl" style="edgeStyle=orthogonalEdgeStyle;rounded=0;orthogonalLoop=1;jettySize=auto;html=1;endArrow=block;endFill=1;strokeWidth=2;exitX=0;exitY=0.15;entryX=1;entryY=0.90;" target="mode" value="">
-           <mxGeometry relative="1" as="geometry">
-             <Array as="points">
-               <mxPoint x="980" y="830" />
-               <mxPoint x="980" y="245" />
-             </Array>
-           </mxGeometry>
-         </mxCell>
-         <mxCell id="e_exc_out" edge="1" parent="1" source="excreg" style="edgeStyle=orthogonalEdgeStyle;rounded=0;orthogonalLoop=1;jettySize=auto;html=1;endArrow=block;endFill=1;strokeWidth=2;exitX=1;exitY=0.85;entryX=0;entryY=0.30;" target="outroute" value="">
-           <mxGeometry relative="1" as="geometry" />
-         </mxCell>
        <mxCell id="e_out_eentry" edge="1" parent="1" source="outroute" style="edgeStyle=orthogonalEdgeStyle;rounded=0;orthogonalLoop=1;jettySize=auto;html=1;endArrow=block;endFill=1;strokeWidth=2;exitX=1;exitY=0.22;entryX=0;entryY=0.50;" target="out_eentry" value="">
          <mxGeometry relative="1" as="geometry" />
        </mxCell>
        <mxCell id="e_out_era" edge="1" parent="1" source="outroute" style="edgeStyle=orthogonalEdgeStyle;rounded=0;orthogonalLoop=1;jettySize=auto;html=1;endArrow=block;endFill=1;strokeWidth=2;exitX=1;exitY=0.52;entryX=0;entryY=0.50;" target="out_era" value="">
          <mxGeometry relative="1" as="geometry" />
        </mxCell>
        <mxCell id="e_out_stable" edge="1" parent="1" source="outroute" style="edgeStyle=orthogonalEdgeStyle;rounded=0;orthogonalLoop=1;jettySize=auto;html=1;endArrow=block;endFill=1;strokeWidth=2;exitX=1;exitY=0.85;entryX=0;entryY=0.50;" target="out_stable" value="">
          <mxGeometry relative="1" as="geometry" />
        </mxCell>
-         <mxCell id="BQqD1Pvpuo5U_RAumini-5" edge="1" parent="1" source="update" style="edgeStyle=orthogonalEdgeStyle;rounded=0;orthogonalLoop=1;jettySize=auto;html=1;exitX=0.5;exitY=0;exitDx=0;exitDy=0;entryX=0.583;entryY=0.994;entryDx=0;entryDy=0;entryPerimeter=0;strokeWidth=2;" target="mode">
-           <mxGeometry relative="1" as="geometry" />
-         </mxCell>
        <mxCell id="BQqD1Pvpuo5U_RAumini-6" edge="1" parent="1" source="mode" style="edgeStyle=orthogonalEdgeStyle;rounded=0;orthogonalLoop=1;jettySize=auto;html=1;exitX=1;exitY=0.25;exitDx=0;exitDy=0;entryX=0.007;entryY=0.343;entryDx=0;entryDy=0;entryPerimeter=0;strokeWidth=2;" target="intdetect">
          <mxGeometry relative="1" as="geometry" />
        </mxCell>
-         <mxCell id="BQqD1Pvpuo5U_RAumini-9" edge="1" parent="1" source="update" style="edgeStyle=orthogonalEdgeStyle;rounded=0;orthogonalLoop=1;jettySize=auto;html=1;exitX=0.5;exitY=1;exitDx=0;exitDy=0;entryX=0.541;entryY=0.019;entryDx=0;entryDy=0;entryPerimeter=0;strokeWidth=2;" target="excreg">
-           <mxGeometry relative="1" as="geometry" />
-         </mxCell>
        <mxCell id="BQqD1Pvpuo5U_RAumini-11" edge="1" parent="1" source="update" style="edgeStyle=orthogonalEdgeStyle;rounded=0;orthogonalLoop=1;jettySize=auto;html=1;exitX=1;exitY=0.75;exitDx=0;exitDy=0;entryX=0.999;entryY=0.2;entryDx=0;entryDy=0;entryPerimeter=0;strokeWidth=2;" target="timerregs">
          <mxGeometry relative="1" as="geometry" />
+         </mxCell>
+         <mxCell id="UVyA32G6W0s-GStL9DVk-1" edge="1" parent="1" source="counter" style="edgeStyle=orthogonalEdgeStyle;rounded=0;orthogonalLoop=1;jettySize=auto;html=1;exitX=1;exitY=0.5;exitDx=0;exitDy=0;entryX=-0.005;entryY=0.741;entryDx=0;entryDy=0;entryPerimeter=0;" target="outroute">
+           <mxGeometry relative="1" as="geometry" />
+         </mxCell>
+         <mxCell id="UVyA32G6W0s-GStL9DVk-2" edge="1" parent="1" source="excreg" style="edgeStyle=orthogonalEdgeStyle;rounded=0;orthogonalLoop=1;jettySize=auto;html=1;exitX=1;exitY=0.75;exitDx=0;exitDy=0;entryX=-0.005;entryY=0.144;entryDx=0;entryDy=0;entryPerimeter=0;" target="outroute">
+           <mxGeometry relative="1" as="geometry" />
+         </mxCell>
+         <mxCell id="UVyA32G6W0s-GStL9DVk-6" edge="1" parent="1" source="timerregs" style="edgeStyle=orthogonalEdgeStyle;rounded=0;orthogonalLoop=1;jettySize=auto;html=1;exitX=0.75;exitY=1;exitDx=0;exitDy=0;entryX=0.006;entryY=0.289;entryDx=0;entryDy=0;entryPerimeter=0;" target="timerctrl">
+           <mxGeometry relative="1" as="geometry" />
+         </mxCell>
+         <mxCell id="UVyA32G6W0s-GStL9DVk-7" edge="1" parent="1" source="seq" style="edgeStyle=orthogonalEdgeStyle;rounded=0;orthogonalLoop=1;jettySize=auto;html=1;exitX=1;exitY=0.25;exitDx=0;exitDy=0;entryX=0.003;entryY=0.109;entryDx=0;entryDy=0;entryPerimeter=0;" target="update">
+           <mxGeometry relative="1" as="geometry" />
+         </mxCell>
+         <mxCell id="UVyA32G6W0s-GStL9DVk-8" edge="1" parent="1" source="access" style="edgeStyle=orthogonalEdgeStyle;rounded=0;orthogonalLoop=1;jettySize=auto;html=1;exitX=1;exitY=0.5;exitDx=0;exitDy=0;entryX=-0.006;entryY=0.308;entryDx=0;entryDy=0;entryPerimeter=0;" target="update">
+           <mxGeometry relative="1" as="geometry" />
+         </mxCell>
+         <mxCell id="UVyA32G6W0s-GStL9DVk-12" parent="1" style="text;html=1;whiteSpace=wrap;strokeColor=none;fillColor=none;align=center;verticalAlign=middle;fontSize=11;fontFamily=Comic Sans MS;strokeWidth=2;" value="clk/rst" vertex="1">
+           <mxGeometry height="28" width="95" x="550" y="80" as="geometry" />
+         </mxCell>
+         <mxCell id="UVyA32G6W0s-GStL9DVk-13" parent="1" style="text;html=1;whiteSpace=wrap;strokeColor=none;fillColor=none;align=center;verticalAlign=middle;fontSize=11;fontFamily=Comic Sans MS;strokeWidth=2;" value="clk/rst" vertex="1">
+           <mxGeometry height="28" width="95" x="520" y="137" as="geometry" />
+         </mxCell>
+         <mxCell id="UVyA32G6W0s-GStL9DVk-14" parent="1" style="text;html=1;whiteSpace=wrap;strokeColor=none;fillColor=none;align=center;verticalAlign=middle;fontSize=11;fontFamily=Comic Sans MS;strokeWidth=2;" value="csr_we&lt;div&gt;/csr_waddr&lt;/div&gt;&lt;div&gt;/&lt;span style=&quot;background-color: transparent; color: light-dark(rgb(0, 0, 0), rgb(255, 255, 255));&quot;&gt;csr_op&lt;/span&gt;&lt;/div&gt;&lt;div&gt;&lt;span style=&quot;background-color: transparent; color: light-dark(rgb(0, 0, 0), rgb(255, 255, 255));&quot;&gt;/csr_wdata&lt;/span&gt;&lt;div&gt;/csr_wmask&lt;/div&gt;&lt;/div&gt;" vertex="1">
+           <mxGeometry height="28" width="290" x="360" y="312" as="geometry" />
+         </mxCell>
+         <mxCell id="UVyA32G6W0s-GStL9DVk-17" parent="1" style="text;html=1;whiteSpace=wrap;strokeColor=none;fillColor=none;align=center;verticalAlign=middle;fontSize=11;fontFamily=Comic Sans MS;strokeWidth=2;" value="csr_raddr" vertex="1">
+           <mxGeometry height="28" width="95" x="457.5" y="417" as="geometry" />
+         </mxCell>
+         <mxCell id="UVyA32G6W0s-GStL9DVk-20" parent="1" style="text;html=1;whiteSpace=wrap;strokeColor=none;fillColor=none;align=center;verticalAlign=middle;fontSize=11;fontFamily=Comic Sans MS;strokeWidth=2;" value="exc_valid/ertn_valid&lt;div&gt;/exc_ecode/exc_esubcode&lt;/div&gt;" vertex="1">
+           <mxGeometry height="28" width="95" x="420" y="534" as="geometry" />
+         </mxCell>
+         <mxCell id="UVyA32G6W0s-GStL9DVk-21" parent="1" style="text;html=1;whiteSpace=wrap;strokeColor=none;fillColor=none;align=center;verticalAlign=middle;fontSize=11;fontFamily=Comic Sans MS;strokeWidth=2;" value="exc_valid/ertn_valid" vertex="1">
+           <mxGeometry height="28" width="95" x="430" y="562" as="geometry" />
+         </mxCell>
+         <mxCell id="UVyA32G6W0s-GStL9DVk-22" parent="1" style="text;html=1;whiteSpace=wrap;strokeColor=none;fillColor=none;align=center;verticalAlign=middle;fontSize=11;fontFamily=Comic Sans MS;strokeWidth=2;" value="exc_valid&lt;div&gt;/exc_pc/exc_badv&lt;/div&gt;" vertex="1">
+           <mxGeometry height="28" width="95" x="440" y="725" as="geometry" />
+         </mxCell>
+         <mxCell id="UVyA32G6W0s-GStL9DVk-23" parent="1" style="text;html=1;whiteSpace=wrap;strokeColor=none;fillColor=none;align=center;verticalAlign=middle;fontSize=11;fontFamily=Comic Sans MS;strokeWidth=2;" value="&#xa;hw_int/csr_estat[9:2]&#xa;&#xa;" vertex="1">
+           <mxGeometry height="28" width="95" x="625" y="862" as="geometry" />
+         </mxCell>
+         <mxCell id="UVyA32G6W0s-GStL9DVk-24" parent="1" style="text;html=1;whiteSpace=wrap;strokeColor=none;fillColor=none;align=center;verticalAlign=middle;fontSize=11;fontFamily=Comic Sans MS;strokeWidth=2;" value="csr_crmd[2]/csr_estat[12:0]&lt;div&gt;/csr_ecfg[12:0]&lt;/div&gt;" vertex="1">
+           <mxGeometry height="28" width="95" x="1152.5" y="126" as="geometry" />
+         </mxCell>
+         <mxCell id="UVyA32G6W0s-GStL9DVk-25" parent="1" style="text;html=1;whiteSpace=wrap;strokeColor=none;fillColor=none;align=center;verticalAlign=middle;fontSize=11;fontFamily=Comic Sans MS;strokeWidth=2;" value="csr_crmd/csr_prmd&lt;div&gt;/csr_ecfg/csr_estat&lt;/div&gt;" vertex="1">
+           <mxGeometry height="28" width="95" x="1135" y="210" as="geometry" />
+         </mxCell>
+         <mxCell id="UVyA32G6W0s-GStL9DVk-26" edge="1" parent="1" source="mode" style="edgeStyle=orthogonalEdgeStyle;rounded=0;orthogonalLoop=1;jettySize=auto;html=1;exitX=1;exitY=0.75;exitDx=0;exitDy=0;entryX=-0.004;entryY=0.122;entryDx=0;entryDy=0;entryPerimeter=0;startArrow=classic;startFill=1;endArrow=none;endFill=0;" target="timerctrl">
+           <mxGeometry relative="1" as="geometry" />
+         </mxCell>
+         <mxCell id="UVyA32G6W0s-GStL9DVk-27" parent="1" style="text;html=1;whiteSpace=wrap;strokeColor=none;fillColor=none;align=center;verticalAlign=middle;fontSize=11;fontFamily=Comic Sans MS;strokeWidth=2;" value="csr_estat[11]" vertex="1">
+           <mxGeometry height="28" width="95" x="1230" y="805" as="geometry" />
+         </mxCell>
+         <mxCell id="UVyA32G6W0s-GStL9DVk-28" parent="1" style="text;html=1;whiteSpace=wrap;strokeColor=none;fillColor=none;align=center;verticalAlign=middle;fontSize=11;fontFamily=Comic Sans MS;strokeWidth=2;" value="csr_tcfg/csr_tval/timer_en/timer_periodic/tcfg_init" vertex="1">
+           <mxGeometry height="28" width="95" x="1019.5" y="849" as="geometry" />
+         </mxCell>
+         <mxCell id="UVyA32G6W0s-GStL9DVk-32" parent="1" style="text;html=1;whiteSpace=wrap;strokeColor=none;fillColor=none;align=center;verticalAlign=middle;fontSize=11;fontFamily=Comic Sans MS;strokeWidth=2;" value="csr_tid/csr_tcfg&lt;div&gt;/csr_tval/csr_ticlr&lt;/div&gt;&lt;div&gt;/csr_llbctl&lt;/div&gt;" vertex="1">
+           <mxGeometry height="28" width="95" x="1120" y="526" as="geometry" />
+         </mxCell>
+         <mxCell id="UVyA32G6W0s-GStL9DVk-33" parent="1" style="text;html=1;whiteSpace=wrap;strokeColor=none;fillColor=none;align=center;verticalAlign=middle;fontSize=11;fontFamily=Comic Sans MS;strokeWidth=2;" value="csr_era_reg/csr_badv/csr_eentry_reg" vertex="1">
+           <mxGeometry height="28" width="95" x="1080" y="364" as="geometry" />
+         </mxCell>
+         <mxCell id="UVyA32G6W0s-GStL9DVk-34" parent="1" style="text;html=1;whiteSpace=wrap;strokeColor=none;fillColor=none;align=center;verticalAlign=middle;fontSize=11;fontFamily=Comic Sans MS;strokeWidth=2;" value="csr_tid&lt;div&gt;/csr_tcfg&lt;div&gt;/csr_tval&lt;div&gt;/csr_ticlr&lt;/div&gt;&lt;div&gt;/csr_llbctl&lt;/div&gt;&lt;/div&gt;&lt;/div&gt;" vertex="1">
+           <mxGeometry height="28" width="60" x="1007.5" y="512" as="geometry" />
+         </mxCell>
+         <mxCell id="UVyA32G6W0s-GStL9DVk-35" parent="1" style="text;html=1;whiteSpace=wrap;strokeColor=none;fillColor=none;align=center;verticalAlign=middle;fontSize=11;fontFamily=Comic Sans MS;strokeWidth=2;" value="csr_eentry_reg/csr_era_reg" vertex="1">
+           <mxGeometry height="28" width="95" x="1160" y="591" as="geometry" />
+         </mxCell>
+         <mxCell id="UVyA32G6W0s-GStL9DVk-41" parent="1" style="text;whiteSpace=wrap;html=1;" value="csr_crmd/csr_prmd/csr_ecfg/csr_estat" vertex="1">
+           <mxGeometry height="40" width="240" x="740" y="300" as="geometry" />
+         </mxCell>
+         <mxCell id="UVyA32G6W0s-GStL9DVk-44" parent="1" style="text;whiteSpace=wrap;html=1;" value="csr_era_reg/csr_badv/csr_eentry_reg" vertex="1">
+           <mxGeometry height="40" width="240" x="735" y="445" as="geometry" />
+         </mxCell>
+         <mxCell id="UVyA32G6W0s-GStL9DVk-51" parent="1" style="text;html=1;whiteSpace=wrap;strokeColor=none;fillColor=none;align=center;verticalAlign=middle;fontSize=11;fontFamily=Comic Sans MS;strokeWidth=2;" value="timer_cnt" vertex="1">
+           <mxGeometry height="28" width="95" x="1290" y="696" as="geometry" />
        </mxCell>
      </root>
    </mxGraphModel>
  </diagram>
</mxfile>
